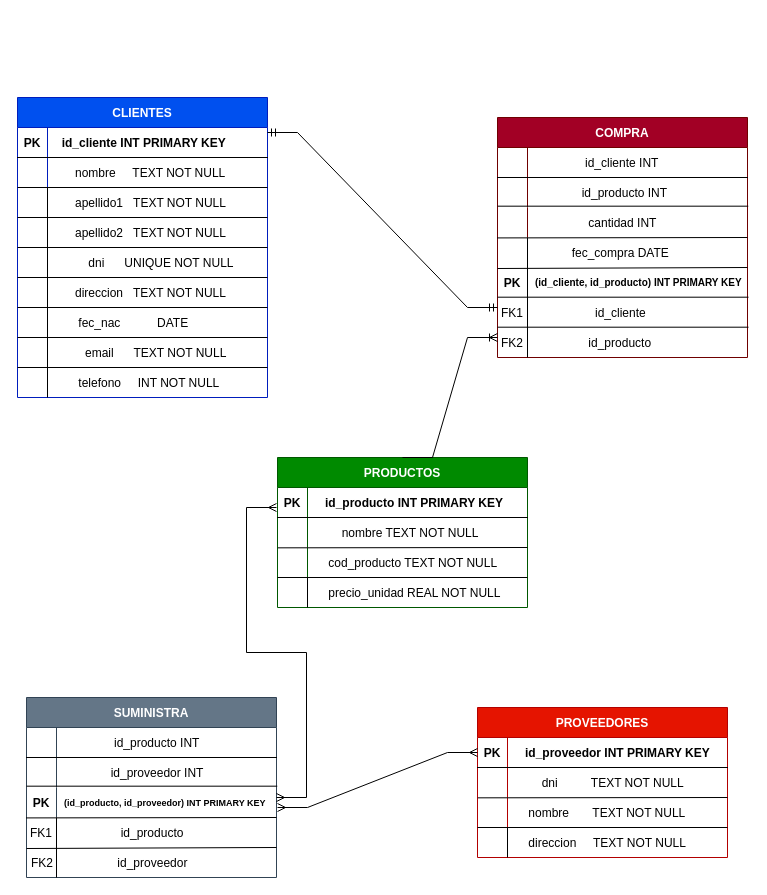
AngellLSF9987/PYTHON-II keeps this draw.io diagram as UD.4/Tarea_5-UD.4-Saorin_Faura-Angel_Luis-48616905B/EJ.1-E-R/modelo-relacional.drawio. Above is the earlier version. Source tidied: cells renumbered, new cells numbered last; positions are measured from the earlier drawing's top-left corner, leaving out a move shared by most shapes. Both pictures are drawn from the tidied source at 100%, with x=0, y=0 at pixel (17, 97).
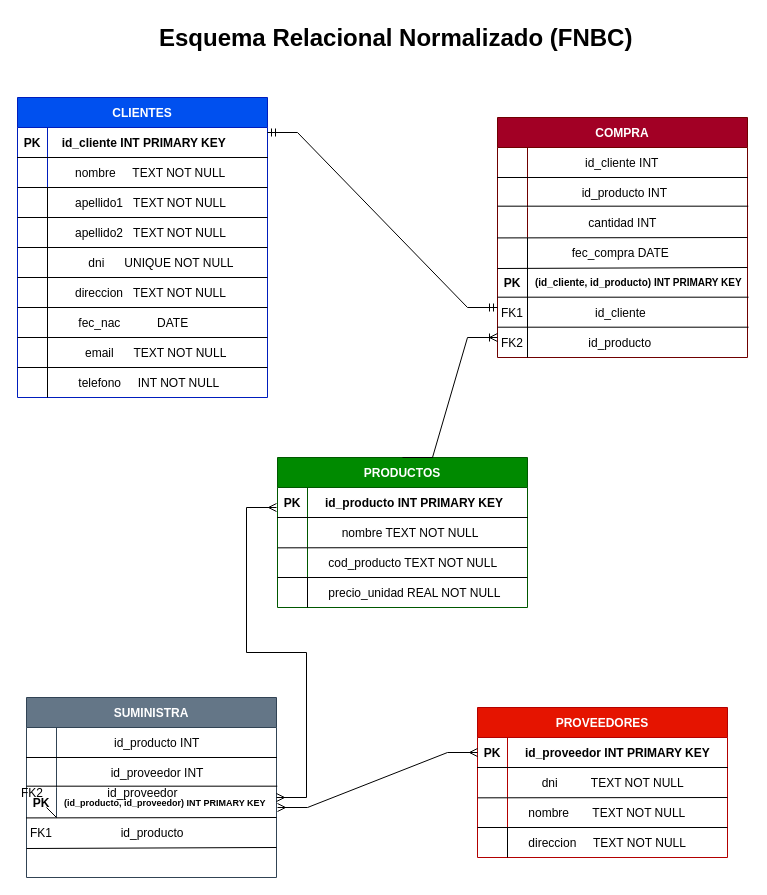
Above is the later version.

Unchanged cells that the change refers to:
```xml
<mxCell id="85" style="shape=partialRectangle;fillColor=none;points=[[0,0.5],[1,0.5]];portConstraint=eastwest;top=0;left=0;right=0;bottom=0;" parent="78" vertex="1">
  <mxGeometry y="90" width="250" height="30" as="geometry" />
</mxCell>
```

The edit, as a diff of the source:
```diff
@@
     <mxCell id="89" style="endArrow=none;html=1;rounded=0;entryX=0.12;entryY=1;entryDx=0;entryDy=0;entryPerimeter=0;" parent="1" edge="1" target="85">
       <mxGeometry relative="1" as="geometry">
-        <mxPoint x="39" y="780" as="sourcePoint" />
+        <mxPoint x="29" y="710" as="sourcePoint" />
       </mxGeometry>
     </mxCell>
@@
     <mxCell id="97" value="FK2" style="shape=partialRectangle;overflow=hidden;fillColor=none;top=0;left=0;bottom=0;right=0;" parent="1" vertex="1">
-      <mxGeometry x="10" y="750" width="30" height="30" as="geometry" />
+      <mxGeometry y="680" width="30" height="30" as="geometry" />
     </mxCell>
     <mxCell id="98" value="                id_proveedor" style="shape=partialRectangle;overflow=hidden;fillColor=none;top=0;left=0;bottom=0;right=0;align=left;spacingLeft=6;" parent="1" vertex="1">
-      <mxGeometry x="39" y="750" width="220" height="30" as="geometry" />
+      <mxGeometry x="29" y="680" width="220" height="30" as="geometry" />
     </mxCell>
@@
+    <mxCell id="103" value="&lt;h1 style=&quot;margin-top: 0px;&quot;&gt;Esquema Relacional Normalizado (FNBC)&lt;/h1&gt;&lt;p&gt;&lt;br&gt;&lt;/p&gt;" style="text;html=1;whiteSpace=wrap;overflow=hidden;rounded=0;" parent="1" vertex="1">
+      <mxGeometry x="140" y="-80" width="490" height="50" as="geometry" />
+    </mxCell>
```
